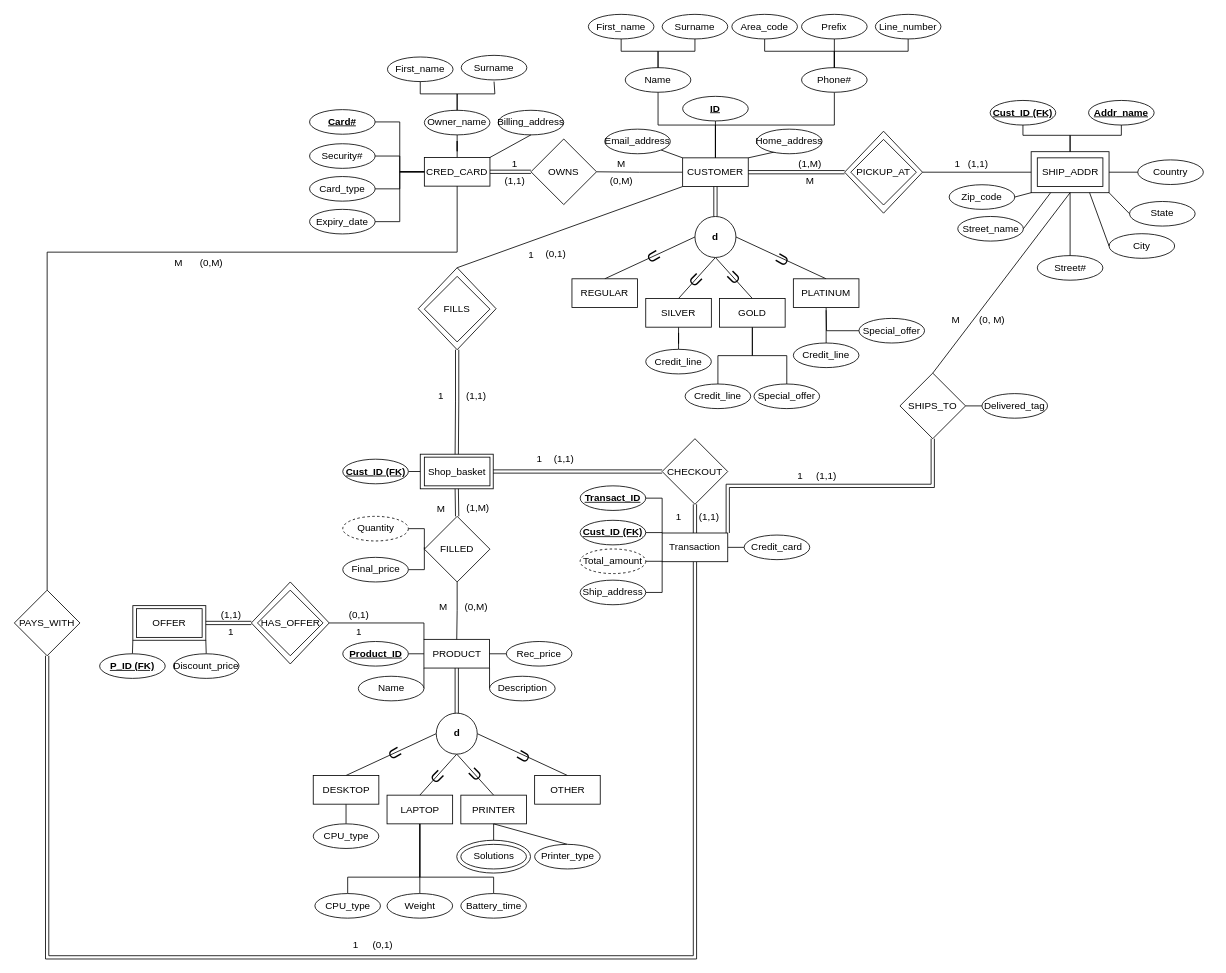
RyBres/Database-Project keeps this draw.io diagram as Project-Deliverable-1.drawio. Above is the earlier version. Source tidied: cells renumbered, new cells numbered last; positions are measured from the earlier drawing's top-left corner, leaving out a move shared by most shapes. Both pictures are drawn from the tidied source at 82%, with x=0, y=0 at pixel (14, 14).
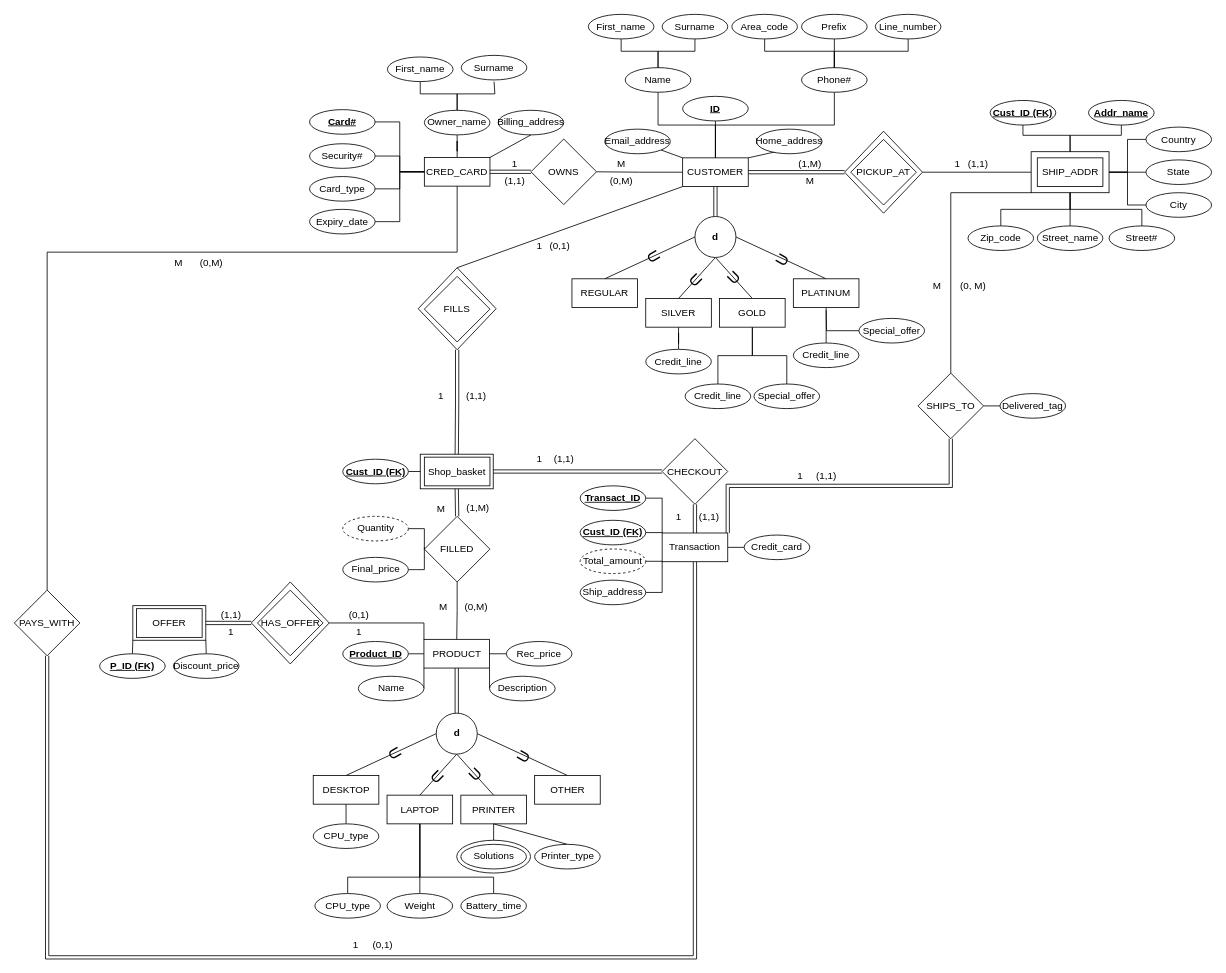
The same page after the edit.

The change refers to these unchanged cells:
```xml
<mxCell id="8" style="rounded=0;whiteSpace=wrap;html=1;" parent="7" vertex="1">
  <mxGeometry width="95" height="50" as="geometry" />
</mxCell>
```

Change to the diagram source:
```diff
@@
+    <mxCell id="213" style="edgeStyle=orthogonalEdgeStyle;rounded=0;jettySize=auto;html=1;exitX=0.5;exitY=0;exitDx=0;exitDy=0;entryX=0.5;entryY=1;entryDx=0;entryDy=0;endArrow=none;startFill=0;" parent="1" edge="1" source="29" target="8">
+      <mxGeometry relative="1" as="geometry" />
+    </mxCell>
     <mxCell id="29" value="Zip_code" style="ellipse;whiteSpace=wrap;html=1;" parent="1" vertex="1">
-      <mxGeometry x="1140" y="207.8" width="80" height="30" as="geometry" />
+      <mxGeometry x="1163" y="258" width="80" height="30" as="geometry" />
     </mxCell>
+    <mxCell id="214" style="edgeStyle=orthogonalEdgeStyle;rounded=0;jettySize=auto;html=1;exitX=0.5;exitY=0;exitDx=0;exitDy=0;entryX=0.5;entryY=1;entryDx=0;entryDy=0;endArrow=none;startFill=0;" parent="1" edge="1" source="30" target="8">
+      <mxGeometry relative="1" as="geometry" />
+    </mxCell>
     <mxCell id="30" value="Street_name" style="ellipse;whiteSpace=wrap;html=1;" parent="1" vertex="1">
-      <mxGeometry x="1150.5" y="246.5" width="80" height="30" as="geometry" />
+      <mxGeometry x="1247.5" y="258" width="80" height="30" as="geometry" />
     </mxCell>
+    <mxCell id="215" style="edgeStyle=orthogonalEdgeStyle;rounded=0;jettySize=auto;html=1;exitX=0.5;exitY=0;exitDx=0;exitDy=0;entryX=0.5;entryY=1;entryDx=0;entryDy=0;endArrow=none;startFill=0;" parent="1" edge="1" source="31" target="8">
+      <mxGeometry relative="1" as="geometry" />
+    </mxCell>
     <mxCell id="31" value="Street#" style="ellipse;whiteSpace=wrap;html=1;" parent="1" vertex="1">
-      <mxGeometry x="1247.5" y="294.2" width="80" height="30" as="geometry" />
+      <mxGeometry x="1335" y="258" width="80" height="30" as="geometry" />
     </mxCell>
+    <mxCell id="216" style="edgeStyle=orthogonalEdgeStyle;rounded=0;jettySize=auto;html=1;exitX=0;exitY=0.5;exitDx=0;exitDy=0;entryX=1;entryY=0.5;entryDx=0;entryDy=0;endArrow=none;startFill=0;" parent="1" edge="1" source="32" target="8">
+      <mxGeometry relative="1" as="geometry" />
+    </mxCell>
     <mxCell id="32" value="City" style="ellipse;whiteSpace=wrap;html=1;" parent="1" vertex="1">
-      <mxGeometry x="1335" y="267.5" width="80" height="30" as="geometry" />
+      <mxGeometry x="1380" y="217.5" width="80" height="30" as="geometry" />
     </mxCell>
+    <mxCell id="217" style="edgeStyle=orthogonalEdgeStyle;rounded=0;jettySize=auto;html=1;exitX=0;exitY=0.5;exitDx=0;exitDy=0;entryX=1;entryY=0.5;entryDx=0;entryDy=0;endArrow=none;startFill=0;" parent="1" edge="1" source="33" target="8">
+      <mxGeometry relative="1" as="geometry" />
+    </mxCell>
     <mxCell id="33" value="State" style="ellipse;whiteSpace=wrap;html=1;" parent="1" vertex="1">
-      <mxGeometry x="1360" y="228.2" width="80" height="30" as="geometry" />
+      <mxGeometry x="1380" y="177.5" width="80" height="30" as="geometry" />
     </mxCell>
+    <mxCell id="218" style="edgeStyle=orthogonalEdgeStyle;rounded=0;jettySize=auto;html=1;exitX=0;exitY=0.5;exitDx=0;exitDy=0;entryX=1;entryY=0.5;entryDx=0;entryDy=0;endArrow=none;startFill=0;" parent="1" edge="1" source="34" target="8">
+      <mxGeometry relative="1" as="geometry" />
+    </mxCell>
     <mxCell id="34" value="Country" style="ellipse;whiteSpace=wrap;html=1;" parent="1" vertex="1">
-      <mxGeometry x="1370" y="177.5" width="80" height="30" as="geometry" />
+      <mxGeometry x="1380" y="137.5" width="80" height="30" as="geometry" />
     </mxCell>
-    <mxCell id="35" style="rounded=0;jettySize=auto;html=1;exitX=1;exitY=0.5;exitDx=0;exitDy=0;entryX=0;entryY=0.5;entryDx=0;entryDy=0;endArrow=none;startFill=0;" parent="1" edge="1" source="8" target="34">
-      <mxGeometry relative="1" as="geometry" />
-    </mxCell>
-    <mxCell id="36" style="rounded=0;jettySize=auto;html=1;exitX=0;exitY=1;exitDx=0;exitDy=0;entryX=1;entryY=0.5;entryDx=0;entryDy=0;endArrow=none;startFill=0;" parent="1" edge="1" source="8" target="29">
-      <mxGeometry relative="1" as="geometry" />
-    </mxCell>
-    <mxCell id="37" style="rounded=0;jettySize=auto;html=1;exitX=0.25;exitY=1;exitDx=0;exitDy=0;entryX=1;entryY=0.5;entryDx=0;entryDy=0;endArrow=none;startFill=0;" parent="1" edge="1" source="8" target="30">
-      <mxGeometry relative="1" as="geometry" />
-    </mxCell>
-    <mxCell id="38" style="rounded=0;jettySize=auto;html=1;exitX=0.5;exitY=1;exitDx=0;exitDy=0;entryX=0.5;entryY=0;entryDx=0;entryDy=0;endArrow=none;startFill=0;" parent="1" edge="1" source="8" target="31">
-      <mxGeometry relative="1" as="geometry" />
-    </mxCell>
-    <mxCell id="39" style="rounded=0;jettySize=auto;html=1;exitX=0.75;exitY=1;exitDx=0;exitDy=0;entryX=0;entryY=0.5;entryDx=0;entryDy=0;endArrow=none;startFill=0;" parent="1" edge="1" source="8" target="32">
-      <mxGeometry relative="1" as="geometry" />
-    </mxCell>
-    <mxCell id="40" style="rounded=0;jettySize=auto;html=1;exitX=1;exitY=1;exitDx=0;exitDy=0;entryX=0;entryY=0.5;entryDx=0;entryDy=0;endArrow=none;startFill=0;" parent="1" edge="1" source="8" target="33">
-      <mxGeometry relative="1" as="geometry" />
-    </mxCell>
@@
+    <mxCell id="219" style="edgeStyle=orthogonalEdgeStyle;rounded=0;jettySize=auto;html=1;exitX=0.5;exitY=0;exitDx=0;exitDy=0;entryX=0;entryY=1;entryDx=0;entryDy=0;endArrow=none;startFill=0;" parent="1" edge="1" source="167" target="8">
+      <mxGeometry relative="1" as="geometry">
+        <Array as="points">
+          <mxPoint x="1142" y="218" />
+          <mxPoint x="1240" y="218" />
+        </Array>
+      </mxGeometry>
+    </mxCell>
     <mxCell id="167" value="SHIPS_TO" style="rhombus;whiteSpace=wrap;html=1;" parent="1" vertex="1">
-      <mxGeometry x="1080" y="437.5" width="80" height="80" as="geometry" />
+      <mxGeometry x="1102" y="437.5" width="80" height="80" as="geometry" />
     </mxCell>
-    <mxCell id="168" style="rounded=0;jettySize=auto;html=1;exitX=0.5;exitY=1;exitDx=0;exitDy=0;entryX=0.5;entryY=0;entryDx=0;entryDy=0;endArrow=none;startFill=0;" parent="1" edge="1" source="8" target="167">
-      <mxGeometry relative="1" as="geometry" />
-    </mxCell>
@@
     <mxCell id="181" value="Delivered_tag" style="ellipse;whiteSpace=wrap;html=1;" parent="1" vertex="1">
-      <mxGeometry x="1180" y="462.5" width="80" height="30" as="geometry" />
+      <mxGeometry x="1202" y="462.5" width="80" height="30" as="geometry" />
     </mxCell>
@@
     <mxCell id="183" value="(0, M)" style="text;html=1;align=center;verticalAlign=middle;strokeColor=none;fillColor=none;" parent="1" vertex="1">
-      <mxGeometry x="1167" y="358" width="50" height="30" as="geometry" />
+      <mxGeometry x="1144" y="316.5" width="50" height="30" as="geometry" />
     </mxCell>
@@
     <mxCell id="185" value="(0,1)" style="text;html=1;align=center;verticalAlign=middle;strokeColor=none;fillColor=none;" parent="1" vertex="1">
-      <mxGeometry x="635" y="278" width="50" height="30" as="geometry" />
+      <mxGeometry x="640" y="267.8" width="50" height="30" as="geometry" />
     </mxCell>
@@
     <mxCell id="200" value="M" style="text;html=1;align=center;verticalAlign=middle;strokeColor=none;fillColor=none;" parent="1" vertex="1">
-      <mxGeometry x="1133" y="358" width="30" height="30" as="geometry" />
+      <mxGeometry x="1110" y="316.5" width="30" height="30" as="geometry" />
     </mxCell>
@@
     <mxCell id="212" value="1" style="text;html=1;align=center;verticalAlign=middle;strokeColor=none;fillColor=none;" parent="1" vertex="1">
-      <mxGeometry x="615" y="279.2" width="30" height="30" as="geometry" />
+      <mxGeometry x="625" y="267.8" width="30" height="30" as="geometry" />
     </mxCell>
```
